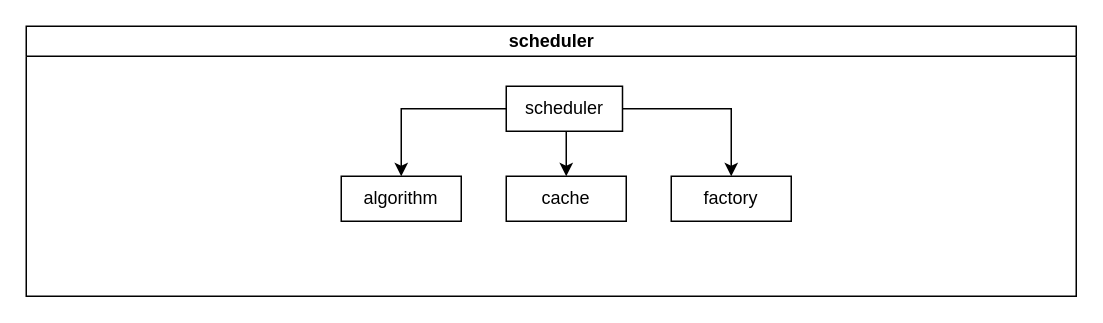
weichenjushi/images keeps this draw.io diagram as k8s/Untitled Diagram.drawio. Above is the earlier version. Source tidied: cells renumbered, new cells numbered last; positions are measured from the earlier drawing's top-left corner, leaving out a move shared by most shapes. Both pictures are drawn from the tidied source at 150%, with x=0, y=0 at pixel (26, 26).
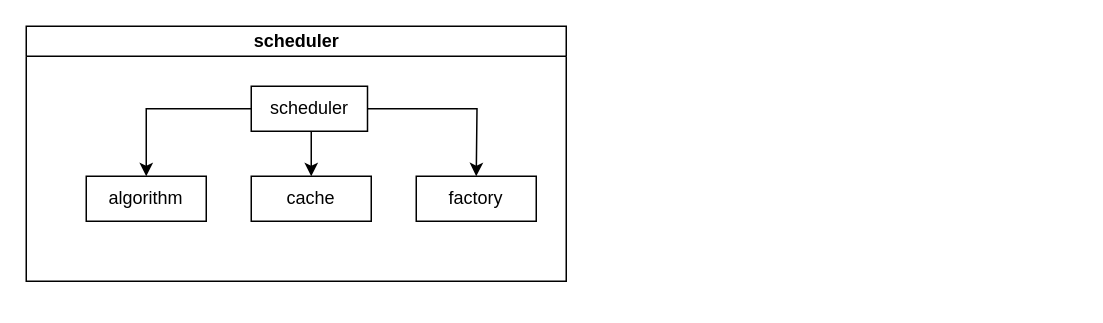
The same page after the edit.

Change to the diagram source:
```diff
@@
 <mxGraphModel>
   <root>
     <mxCell id="0" />
     <mxCell id="1" parent="0" />
     <mxCell id="2" value="scheduler" style="swimlane;html=1;startSize=20;horizontal=1;containerType=tree;glass=0;" parent="1" vertex="1">
-      <mxGeometry width="700" height="180" as="geometry" />
+      <mxGeometry width="360" height="170" as="geometry" />
     </mxCell>
     <mxCell id="3" style="edgeStyle=orthogonalEdgeStyle;rounded=0;jettySize=auto;html=1;exitX=0.5;exitY=1;exitDx=0;exitDy=0;entryX=0.5;entryY=0;entryDx=0;entryDy=0;" parent="2" edge="1" source="6" target="8">
       <mxGeometry relative="1" as="geometry" />
     </mxCell>
-    <mxCell id="4" style="edgeStyle=orthogonalEdgeStyle;rounded=0;jettySize=auto;html=1;exitX=1;exitY=0.5;exitDx=0;exitDy=0;entryX=0.5;entryY=0;entryDx=0;entryDy=0;" parent="2" edge="1" source="6" target="9">
-      <mxGeometry relative="1" as="geometry" />
+    <mxCell id="4" style="edgeStyle=orthogonalEdgeStyle;rounded=0;jettySize=auto;html=1;exitX=1;exitY=0.5;exitDx=0;exitDy=0;entryX=0.5;entryY=0;entryDx=0;entryDy=0;" parent="2" edge="1" source="6">
+      <mxGeometry relative="1" as="geometry">
+        <mxPoint x="300" y="100" as="targetPoint" />
+      </mxGeometry>
     </mxCell>
     <mxCell id="5" style="edgeStyle=orthogonalEdgeStyle;rounded=0;jettySize=auto;html=1;exitX=0;exitY=0.5;exitDx=0;exitDy=0;entryX=0.5;entryY=0;entryDx=0;entryDy=0;" parent="2" edge="1" source="6" target="7">
       <mxGeometry relative="1" as="geometry" />
     </mxCell>
     <mxCell id="6" value="scheduler" style="rounded=0;whiteSpace=wrap;html=1;" parent="2" vertex="1">
-      <mxGeometry x="320" y="40" width="77.5" height="30" as="geometry" />
+      <mxGeometry x="150" y="40" width="77.5" height="30" as="geometry" />
     </mxCell>
     <mxCell id="7" value="algorithm" style="rounded=0;whiteSpace=wrap;html=1;" parent="2" vertex="1">
-      <mxGeometry x="210" y="100" width="80" height="30" as="geometry" />
+      <mxGeometry x="40" y="100" width="80" height="30" as="geometry" />
     </mxCell>
     <mxCell id="8" value="cache" style="rounded=0;whiteSpace=wrap;html=1;" parent="2" vertex="1">
-      <mxGeometry x="320" y="100" width="80" height="30" as="geometry" />
+      <mxGeometry x="150" y="100" width="80" height="30" as="geometry" />
     </mxCell>
     <mxCell id="9" value="factory" style="rounded=0;whiteSpace=wrap;html=1;" parent="2" vertex="1">
-      <mxGeometry x="430" y="100" width="80" height="30" as="geometry" />
+      <mxGeometry x="260" y="100" width="80" height="30" as="geometry" />
     </mxCell>
   </root>
 </mxGraphModel>
```
